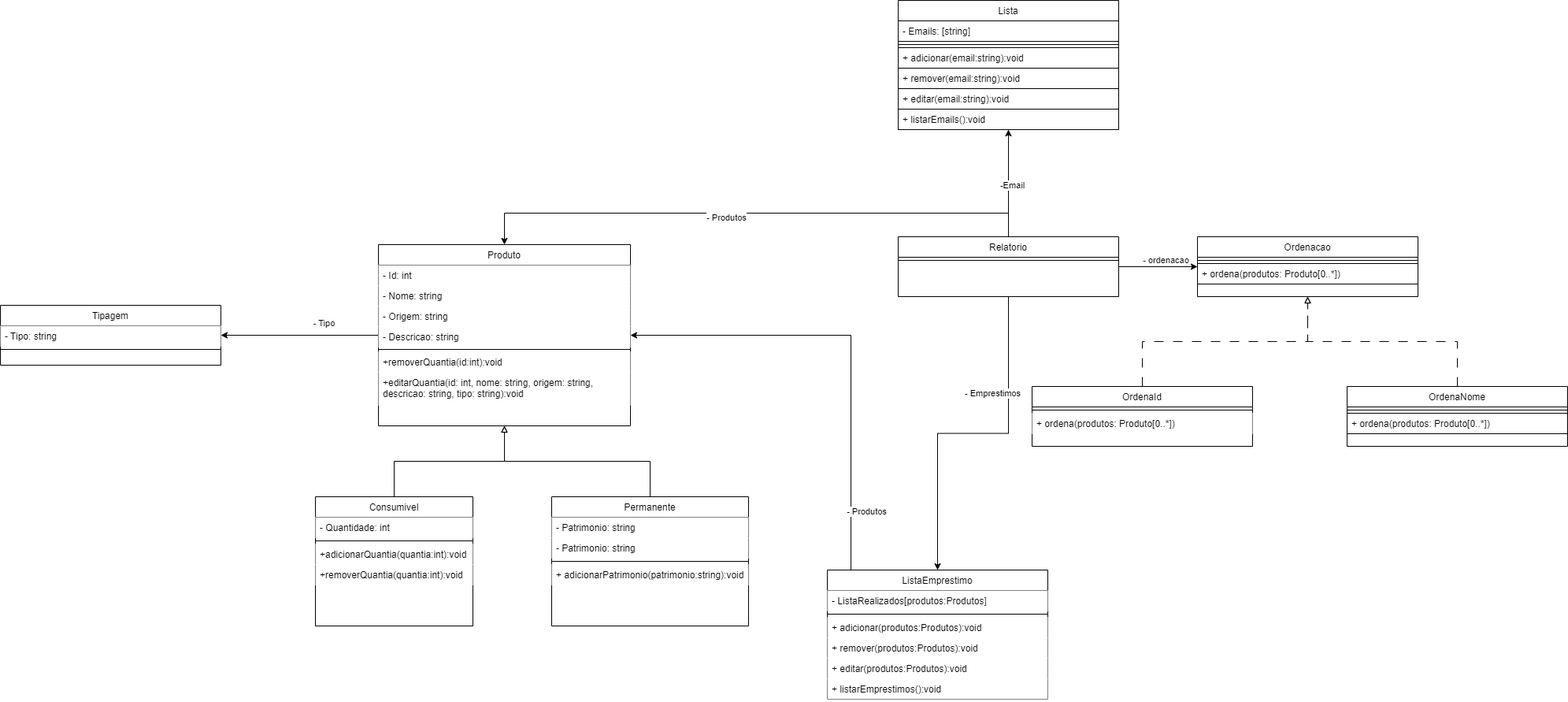
The draw.io diagram documents/diagrams/Diagrama de classe Estagio.drawio.png in Estagio-IFSP/Estoque-CTI, before a commit. Source tidied: cells renumbered, new cells last; positions are measured from the earlier drawing's top-left corner, leaving out a move shared by most shapes.
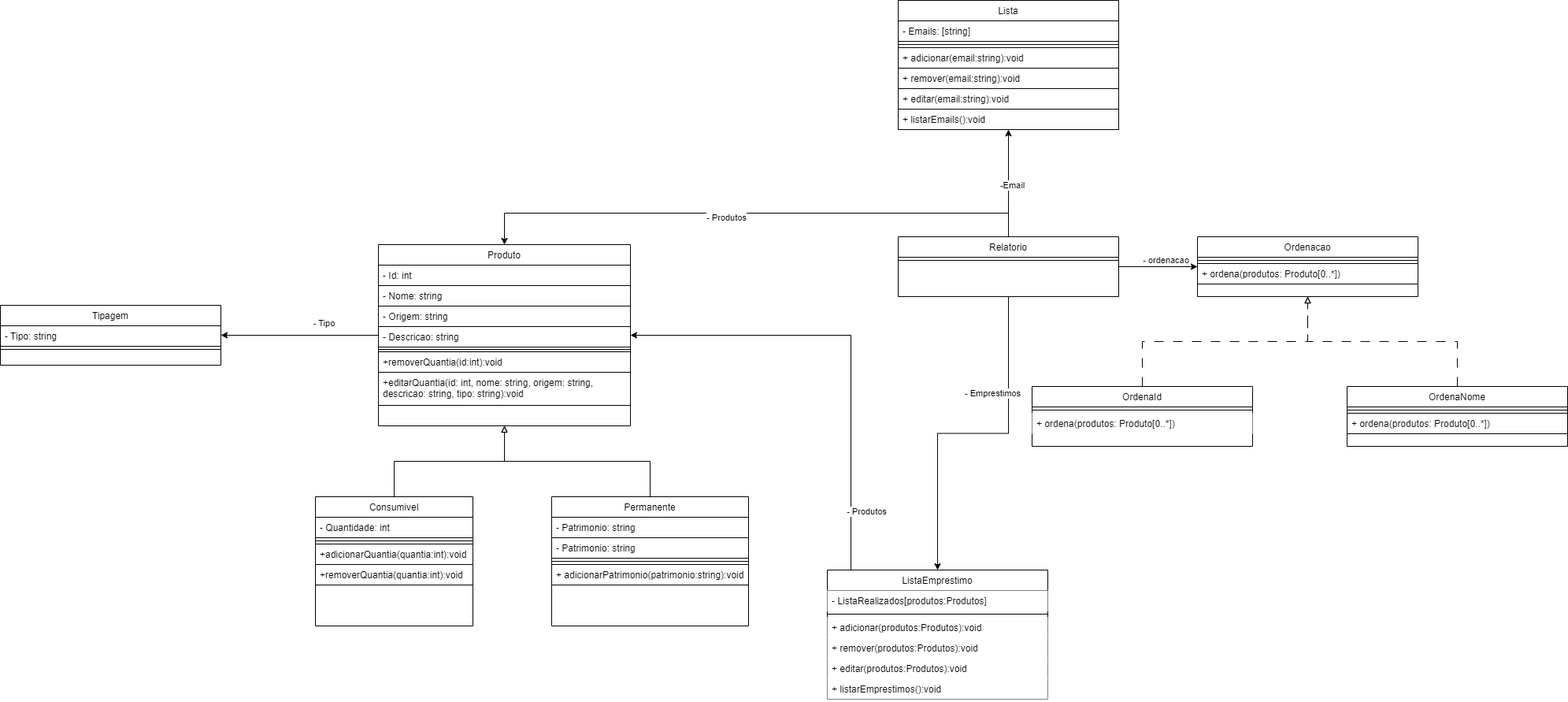
After the commit.

Diff of the diagram source:
```diff
@@ -7,64 +7,64 @@
         <mxPoint x="1" as="offset" />
       </mxGeometry>
     </mxCell>
-    <mxCell id="3" value="Produto" style="swimlane;fontStyle=0;align=center;verticalAlign=top;horizontal=1;startSize=26;rounded=0;shadow=0;strokeWidth=1;fillColor=default;" parent="1" vertex="1">
+    <mxCell id="3" value="Produto" style="swimlane;fontStyle=0;align=center;verticalAlign=top;horizontal=1;startSize=26;rounded=0;shadow=0;strokeWidth=1;fillColor=default;strokeColor=default;" parent="1" vertex="1">
       <mxGeometry x="480" y="310" width="320" height="230" as="geometry" />
     </mxCell>
-    <mxCell id="4" value="- Id: int" style="text;align=left;verticalAlign=top;spacingLeft=4;spacingRight=4;overflow=hidden;rounded=0;shadow=0;html=0;fillColor=default;" parent="3" vertex="1">
+    <mxCell id="4" value="- Id: int" style="text;align=left;verticalAlign=top;spacingLeft=4;spacingRight=4;overflow=hidden;rounded=0;shadow=0;html=0;fillColor=default;strokeColor=default;" parent="3" vertex="1">
       <mxGeometry y="26" width="320" height="26" as="geometry" />
     </mxCell>
-    <mxCell id="5" value="- Nome: string" style="text;align=left;verticalAlign=top;spacingLeft=4;spacingRight=4;overflow=hidden;fillColor=default;" parent="3" vertex="1">
+    <mxCell id="5" value="- Nome: string" style="text;align=left;verticalAlign=top;spacingLeft=4;spacingRight=4;overflow=hidden;fillColor=default;strokeColor=default;" parent="3" vertex="1">
       <mxGeometry y="52" width="320" height="26" as="geometry" />
     </mxCell>
-    <mxCell id="6" value="- Origem: string" style="text;align=left;verticalAlign=top;spacingLeft=4;spacingRight=4;overflow=hidden;rounded=0;shadow=0;html=0;fillColor=default;" parent="3" vertex="1">
+    <mxCell id="6" value="- Origem: string" style="text;align=left;verticalAlign=top;spacingLeft=4;spacingRight=4;overflow=hidden;rounded=0;shadow=0;html=0;fillColor=default;strokeColor=default;" parent="3" vertex="1">
       <mxGeometry y="78" width="320" height="26" as="geometry" />
     </mxCell>
-    <mxCell id="7" value="- Descricao: string" style="text;align=left;verticalAlign=top;spacingLeft=4;spacingRight=4;overflow=hidden;rounded=0;shadow=0;html=0;fillColor=default;" parent="3" vertex="1">
+    <mxCell id="7" value="- Descricao: string" style="text;align=left;verticalAlign=top;spacingLeft=4;spacingRight=4;overflow=hidden;rounded=0;shadow=0;html=0;fillColor=default;strokeColor=default;" parent="3" vertex="1">
       <mxGeometry y="104" width="320" height="26" as="geometry" />
     </mxCell>
-    <mxCell id="8" style="line;html=1;strokeWidth=1;align=left;verticalAlign=middle;spacingTop=-1;spacingLeft=3;spacingRight=3;labelPosition=right;fillColor=default;" parent="3" vertex="1">
+    <mxCell id="8" style="line;html=1;strokeWidth=1;align=left;verticalAlign=middle;spacingTop=-1;spacingLeft=3;spacingRight=3;labelPosition=right;fillColor=default;strokeColor=default;" parent="3" vertex="1">
       <mxGeometry y="130" width="320" height="6" as="geometry" />
     </mxCell>
-    <mxCell id="9" value="&lt;div style=&quot;text-align: justify;&quot;&gt;&lt;span style=&quot;background-color: initial;&quot;&gt;+removerQuantia(id:int):void&lt;/span&gt;&lt;/div&gt;" style="text;align=left;verticalAlign=top;spacingLeft=4;spacingRight=4;overflow=hidden;rounded=0;shadow=0;html=1;whiteSpace=wrap;fillColor=default;" parent="3" vertex="1">
+    <mxCell id="9" value="&lt;div style=&quot;text-align: justify;&quot;&gt;&lt;span style=&quot;background-color: initial;&quot;&gt;+removerQuantia(id:int):void&lt;/span&gt;&lt;/div&gt;" style="text;align=left;verticalAlign=top;spacingLeft=4;spacingRight=4;overflow=hidden;rounded=0;shadow=0;html=1;whiteSpace=wrap;fillColor=default;strokeColor=default;" parent="3" vertex="1">
       <mxGeometry y="136" width="320" height="26" as="geometry" />
     </mxCell>
-    <mxCell id="10" value="&lt;div style=&quot;&quot;&gt;&lt;span style=&quot;background-color: initial;&quot;&gt;+editarQuantia(id: int, nome: string, origem: string, descricao: string, tipo: string):void&lt;/span&gt;&lt;/div&gt;" style="text;align=left;verticalAlign=top;spacingLeft=4;spacingRight=4;overflow=hidden;rounded=0;shadow=0;html=1;whiteSpace=wrap;fillColor=default;" parent="3" vertex="1">
+    <mxCell id="10" value="&lt;div style=&quot;&quot;&gt;&lt;span style=&quot;background-color: initial;&quot;&gt;+editarQuantia(id: int, nome: string, origem: string, descricao: string, tipo: string):void&lt;/span&gt;&lt;/div&gt;" style="text;align=left;verticalAlign=top;spacingLeft=4;spacingRight=4;overflow=hidden;rounded=0;shadow=0;html=1;whiteSpace=wrap;fillColor=default;strokeColor=default;" parent="3" vertex="1">
       <mxGeometry y="162" width="320" height="42" as="geometry" />
     </mxCell>
     <mxCell id="11" style="edgeStyle=orthogonalEdgeStyle;rounded=0;jettySize=auto;html=1;endArrow=block;endFill=0;" parent="1" edge="1" source="12" target="3">
       <mxGeometry relative="1" as="geometry" />
     </mxCell>
-    <mxCell id="12" value="Permanente" style="swimlane;fontStyle=0;align=center;verticalAlign=top;horizontal=1;startSize=26;rounded=0;shadow=0;strokeWidth=1;fillColor=default;" parent="1" vertex="1">
+    <mxCell id="12" value="Permanente" style="swimlane;fontStyle=0;align=center;verticalAlign=top;horizontal=1;startSize=26;rounded=0;shadow=0;strokeWidth=1;fillColor=default;strokeColor=default;" parent="1" vertex="1">
       <mxGeometry x="700" y="630" width="250" height="164" as="geometry" />
     </mxCell>
-    <mxCell id="13" value="- Patrimonio: string" style="text;align=left;verticalAlign=top;spacingLeft=4;spacingRight=4;overflow=hidden;rounded=0;shadow=0;html=0;fillColor=default;" parent="12" vertex="1">
+    <mxCell id="13" value="- Patrimonio: string" style="text;align=left;verticalAlign=top;spacingLeft=4;spacingRight=4;overflow=hidden;rounded=0;shadow=0;html=0;fillColor=default;strokeColor=default;" parent="12" vertex="1">
       <mxGeometry y="26" width="250" height="26" as="geometry" />
     </mxCell>
-    <mxCell id="14" value="- Patrimonio: string" style="text;align=left;verticalAlign=top;spacingLeft=4;spacingRight=4;overflow=hidden;rounded=0;shadow=0;html=0;fillColor=default;" parent="12" vertex="1">
+    <mxCell id="14" value="- Patrimonio: string" style="text;align=left;verticalAlign=top;spacingLeft=4;spacingRight=4;overflow=hidden;rounded=0;shadow=0;html=0;fillColor=default;strokeColor=default;" parent="12" vertex="1">
       <mxGeometry y="52" width="250" height="26" as="geometry" />
     </mxCell>
-    <mxCell id="15" style="line;html=1;strokeWidth=1;align=left;verticalAlign=middle;spacingTop=-1;spacingLeft=3;spacingRight=3;labelPosition=right;fillColor=default;" parent="12" vertex="1">
+    <mxCell id="15" style="line;html=1;strokeWidth=1;align=left;verticalAlign=middle;spacingTop=-1;spacingLeft=3;spacingRight=3;labelPosition=right;fillColor=default;strokeColor=default;" parent="12" vertex="1">
       <mxGeometry y="78" width="250" height="8" as="geometry" />
     </mxCell>
-    <mxCell id="16" value="+ adicionarPatrimonio(patrimonio:string):void" style="text;align=left;verticalAlign=top;spacingLeft=4;spacingRight=4;overflow=hidden;rounded=0;shadow=0;html=0;fillColor=default;" parent="12" vertex="1">
+    <mxCell id="16" value="+ adicionarPatrimonio(patrimonio:string):void" style="text;align=left;verticalAlign=top;spacingLeft=4;spacingRight=4;overflow=hidden;rounded=0;shadow=0;html=0;fillColor=default;strokeColor=default;" parent="12" vertex="1">
       <mxGeometry y="86" width="250" height="26" as="geometry" />
     </mxCell>
     <mxCell id="17" style="edgeStyle=orthogonalEdgeStyle;rounded=0;jettySize=auto;html=1;endArrow=block;endFill=0;" parent="1" edge="1" source="18" target="3">
       <mxGeometry relative="1" as="geometry" />
     </mxCell>
-    <mxCell id="18" value="Consumivel" style="swimlane;fontStyle=0;align=center;verticalAlign=top;horizontal=1;startSize=26;rounded=0;shadow=0;strokeWidth=1;fillColor=default;" parent="1" vertex="1">
+    <mxCell id="18" value="Consumivel" style="swimlane;fontStyle=0;align=center;verticalAlign=top;horizontal=1;startSize=26;rounded=0;shadow=0;strokeWidth=1;fillColor=default;strokeColor=default;" parent="1" vertex="1">
       <mxGeometry x="400" y="630" width="200" height="164" as="geometry" />
     </mxCell>
-    <mxCell id="19" value="- Quantidade: int" style="text;align=left;verticalAlign=top;spacingLeft=4;spacingRight=4;overflow=hidden;rounded=0;shadow=0;html=0;fillColor=default;" parent="18" vertex="1">
+    <mxCell id="19" value="- Quantidade: int" style="text;align=left;verticalAlign=top;spacingLeft=4;spacingRight=4;overflow=hidden;rounded=0;shadow=0;html=0;fillColor=default;strokeColor=default;" parent="18" vertex="1">
       <mxGeometry y="26" width="200" height="26" as="geometry" />
     </mxCell>
-    <mxCell id="20" style="line;html=1;strokeWidth=1;align=left;verticalAlign=middle;spacingTop=-1;spacingLeft=3;spacingRight=3;labelPosition=right;fillColor=default;" parent="18" vertex="1">
+    <mxCell id="20" style="line;html=1;strokeWidth=1;align=left;verticalAlign=middle;spacingTop=-1;spacingLeft=3;spacingRight=3;labelPosition=right;fillColor=default;strokeColor=default;" parent="18" vertex="1">
       <mxGeometry y="52" width="200" height="8" as="geometry" />
     </mxCell>
-    <mxCell id="21" value="&lt;div style=&quot;text-align: justify;&quot;&gt;&lt;span style=&quot;background-color: initial;&quot;&gt;+adicionarQuantia(quantia:int):void&lt;/span&gt;&lt;/div&gt;" style="text;align=left;verticalAlign=top;spacingLeft=4;spacingRight=4;overflow=hidden;rounded=0;shadow=0;html=1;whiteSpace=wrap;fillColor=default;" parent="18" vertex="1">
+    <mxCell id="21" value="&lt;div style=&quot;text-align: justify;&quot;&gt;&lt;span style=&quot;background-color: initial;&quot;&gt;+adicionarQuantia(quantia:int):void&lt;/span&gt;&lt;/div&gt;" style="text;align=left;verticalAlign=top;spacingLeft=4;spacingRight=4;overflow=hidden;rounded=0;shadow=0;html=1;whiteSpace=wrap;fillColor=default;strokeColor=default;" parent="18" vertex="1">
       <mxGeometry y="60" width="200" height="26" as="geometry" />
     </mxCell>
-    <mxCell id="22" value="&lt;div style=&quot;text-align: justify;&quot;&gt;&lt;span style=&quot;background-color: initial;&quot;&gt;+removerQuantia(quantia:int):void&lt;/span&gt;&lt;/div&gt;" style="text;align=left;verticalAlign=top;spacingLeft=4;spacingRight=4;overflow=hidden;rounded=0;shadow=0;html=1;whiteSpace=wrap;fillColor=default;" parent="18" vertex="1">
+    <mxCell id="22" value="&lt;div style=&quot;text-align: justify;&quot;&gt;&lt;span style=&quot;background-color: initial;&quot;&gt;+removerQuantia(quantia:int):void&lt;/span&gt;&lt;/div&gt;" style="text;align=left;verticalAlign=top;spacingLeft=4;spacingRight=4;overflow=hidden;rounded=0;shadow=0;html=1;whiteSpace=wrap;fillColor=default;strokeColor=default;" parent="18" vertex="1">
       <mxGeometry y="86" width="200" height="26" as="geometry" />
     </mxCell>
     <mxCell id="23" value="Ordenacao" style="swimlane;fontStyle=0;align=center;verticalAlign=top;horizontal=1;startSize=26;rounded=0;shadow=0;strokeWidth=1;fillColor=default;strokeColor=default;" parent="1" vertex="1">
@@ -152,16 +152,16 @@
     <mxCell id="48" value="+ ordena(produtos: Produto[0..*])" style="text;align=left;verticalAlign=top;spacingLeft=4;spacingRight=4;overflow=hidden;rounded=0;shadow=0;html=0;fillColor=default;strokeColor=default;" parent="46" vertex="1">
       <mxGeometry y="34" width="280" height="26" as="geometry" />
     </mxCell>
-    <mxCell id="49" value="Tipagem" style="swimlane;fontStyle=0;align=center;verticalAlign=top;horizontal=1;startSize=26;rounded=0;shadow=0;strokeWidth=1;fillColor=default;" parent="1" vertex="1">
+    <mxCell id="49" value="Tipagem" style="swimlane;fontStyle=0;align=center;verticalAlign=top;horizontal=1;startSize=26;rounded=0;shadow=0;strokeWidth=1;fillColor=default;strokeColor=default;" parent="1" vertex="1">
       <mxGeometry y="387" width="280" height="76" as="geometry" />
     </mxCell>
-    <mxCell id="50" value="- Tipo: string" style="text;align=left;verticalAlign=top;spacingLeft=4;spacingRight=4;overflow=hidden;rounded=0;shadow=0;html=0;fillColor=default;" parent="49" vertex="1">
+    <mxCell id="50" value="- Tipo: string" style="text;align=left;verticalAlign=top;spacingLeft=4;spacingRight=4;overflow=hidden;rounded=0;shadow=0;html=0;fillColor=default;strokeColor=default;" parent="49" vertex="1">
       <mxGeometry y="26" width="280" height="26" as="geometry" />
     </mxCell>
-    <mxCell id="51" style="line;html=1;strokeWidth=1;align=left;verticalAlign=middle;spacingTop=-1;spacingLeft=3;spacingRight=3;labelPosition=right;fillColor=default;" parent="49" vertex="1">
+    <mxCell id="51" style="line;html=1;strokeWidth=1;align=left;verticalAlign=middle;spacingTop=-1;spacingLeft=3;spacingRight=3;labelPosition=right;fillColor=default;strokeColor=default;" parent="49" vertex="1">
       <mxGeometry y="52" width="280" height="8" as="geometry" />
     </mxCell>
-    <mxCell id="52" value="- Produtos" style="edgeStyle=orthogonalEdgeStyle;rounded=0;jettySize=auto;html=1;" parent="1" edge="1" source="53" target="3">
+    <mxCell id="52" value="- Produtos" style="edgeStyle=orthogonalEdgeStyle;rounded=0;jettySize=auto;html=1;strokeColor=default;" parent="1" edge="1" source="53" target="3">
       <mxGeometry x="-0.75" y="-20" relative="1" as="geometry">
         <Array as="points">
           <mxPoint x="1080" y="425" />
```
